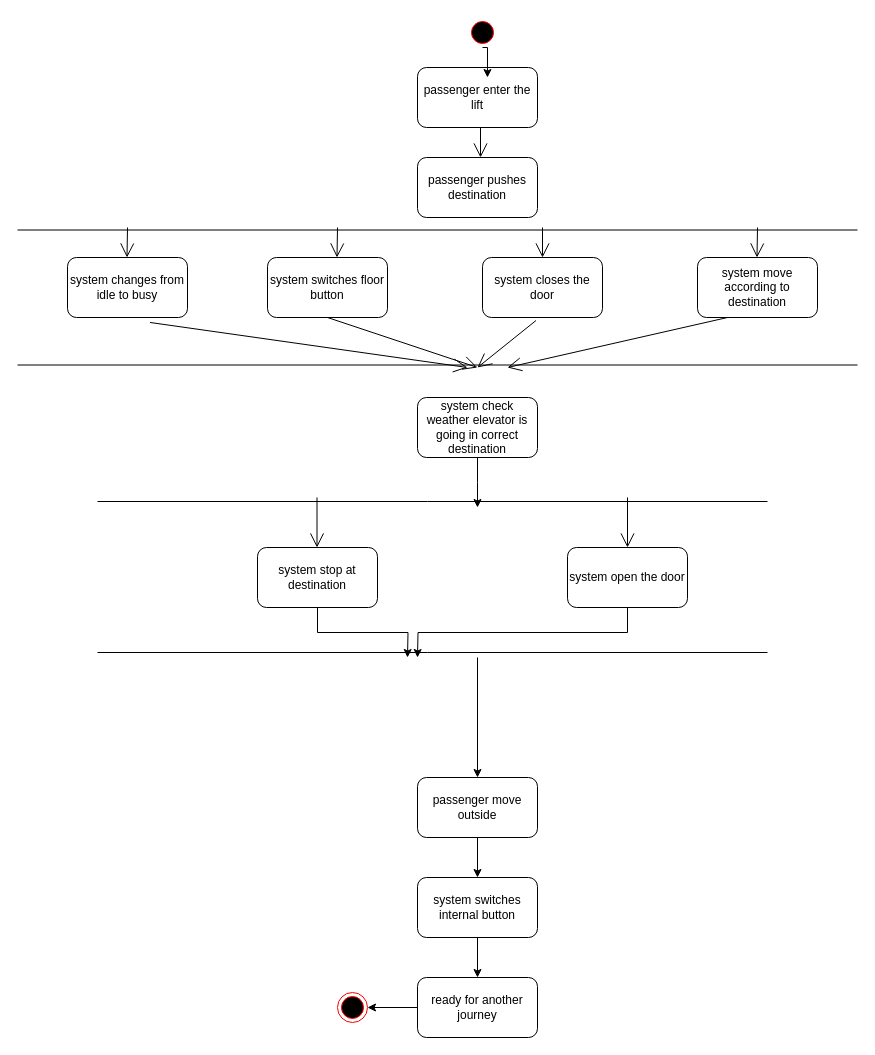
Before: ASS2Q3.drawio in SUHANIISINGH/UseCaseDia, a draw.io diagram. Source tidied: cells renumbered, new cells numbered last; positions are measured from the earlier drawing's top-left corner, leaving out a move shared by most shapes. Both pictures are drawn from the tidied source at 100%, with x=0, y=0 at pixel (17, 17).
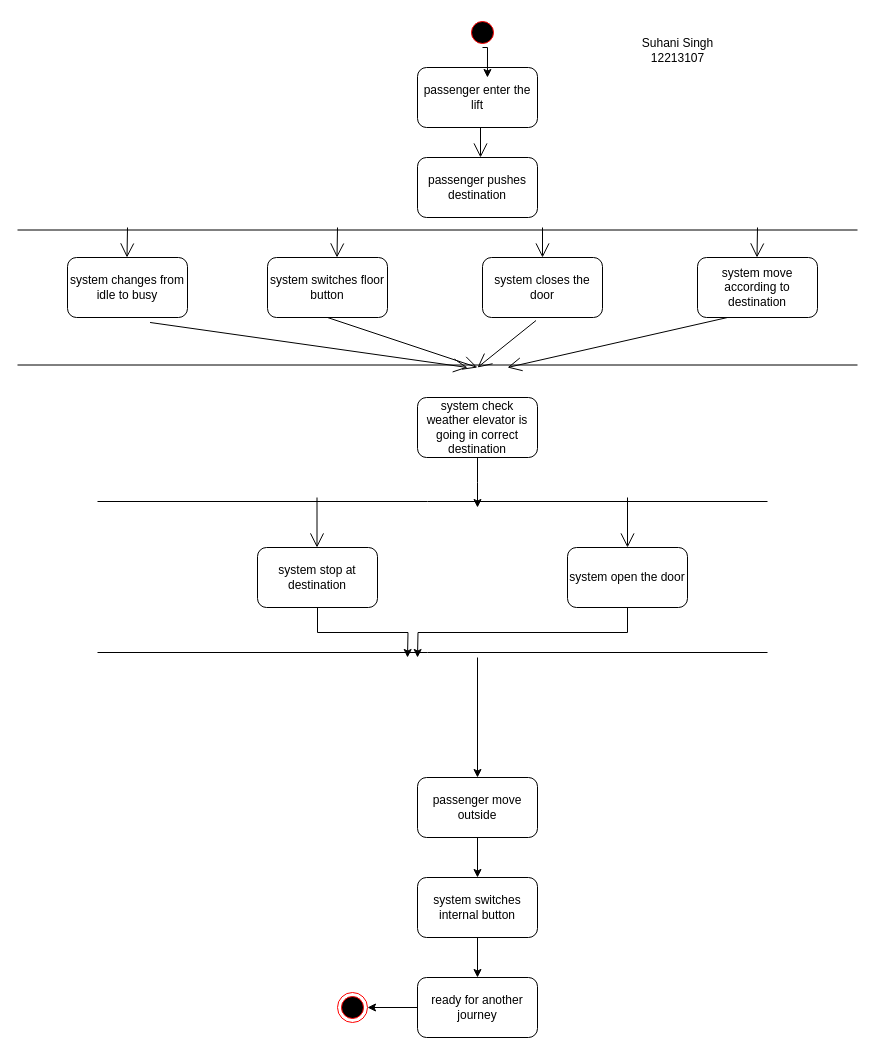
The same page after the edit.

Change to the diagram source:
```diff
@@
+    <mxCell id="37" value="Suhani Singh&lt;br&gt;12213107" style="text;html=1;align=center;verticalAlign=middle;strokeColor=none;fillColor=none;" parent="1" vertex="1">
+      <mxGeometry x="615" y="13" width="90" height="40" as="geometry" />
+    </mxCell>
```
